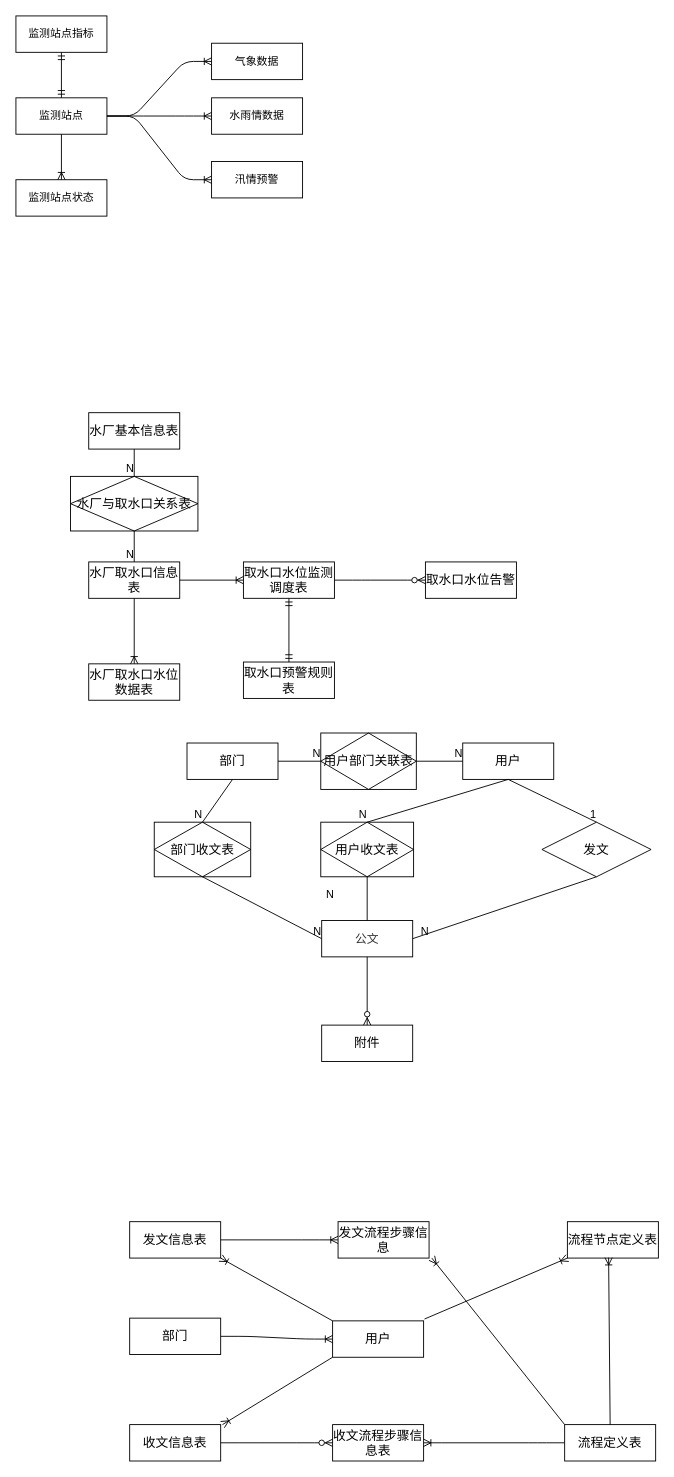
This is file/csfher.drawio from DORcode/admin-demo, a draw.io file, before an edit. Source tidied: cells renumbered, new cells numbered last; positions are measured from the earlier drawing's top-left corner, leaving out a move shared by most shapes. Both pictures are drawn from the tidied source at 91%, with x=0, y=0 at pixel (15, 15).
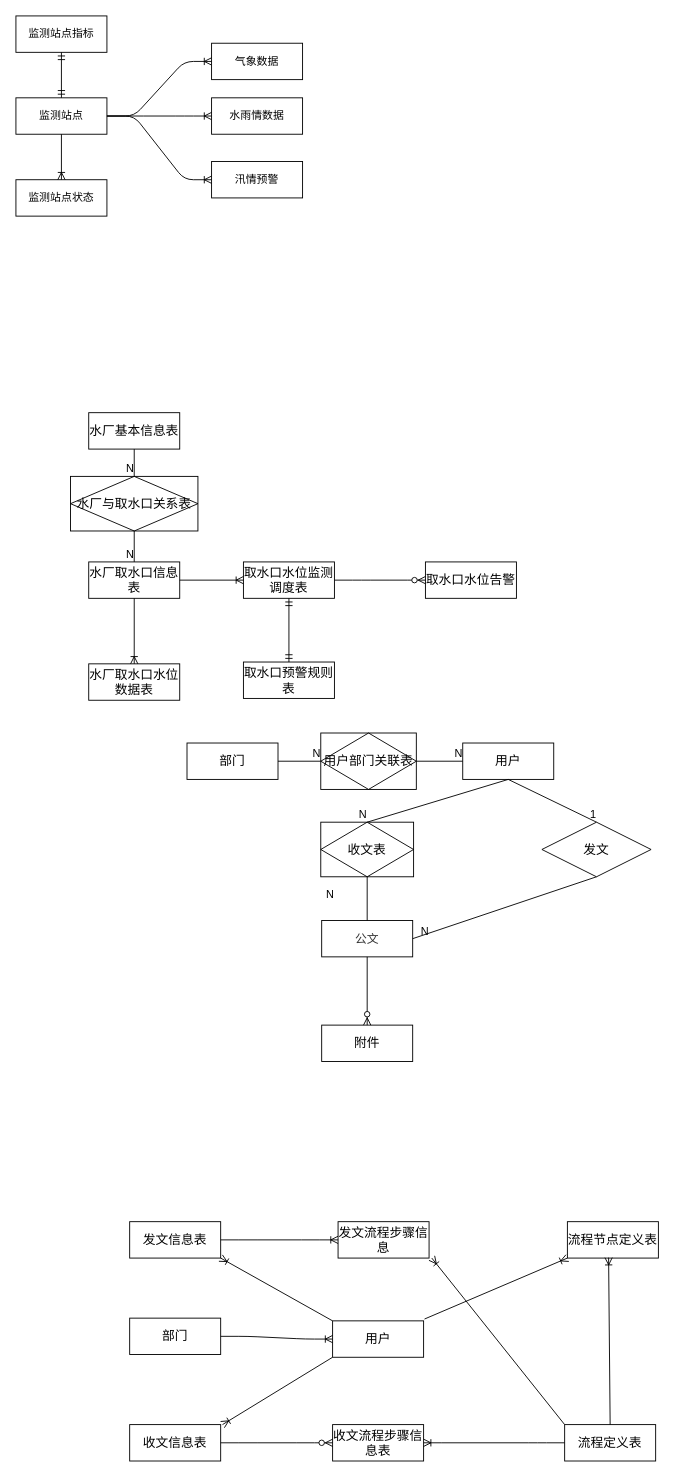
The same diagram, later.

The change refers to these unchanged cells:
```xml
<mxCell id="29" value="部门" style="whiteSpace=wrap;html=1;align=center;fontFamily=仿宋;fontSize=14;" parent="1" vertex="1">
  <mxGeometry x="188" y="799" width="100" height="40" as="geometry" />
</mxCell>
<mxCell id="35" value="&lt;font color=&quot;#333333&quot; face=&quot;arial, sans-serif&quot;&gt;&lt;span style=&quot;font-size: 13px&quot;&gt;公文&lt;/span&gt;&lt;/font&gt;" style="whiteSpace=wrap;html=1;align=center;fontFamily=仿宋;fontSize=14;" parent="1" vertex="1">
  <mxGeometry x="336" y="994" width="100" height="40" as="geometry" />
</mxCell>
```

The edit, as a diff of the source:
```diff
@@
-    <mxCell id="46" value="用户收文表" style="shape=associativeEntity;whiteSpace=wrap;html=1;align=center;fontFamily=仿宋;fontSize=14;" parent="1" vertex="1">
+    <mxCell id="46" value="收文表" style="shape=associativeEntity;whiteSpace=wrap;html=1;align=center;fontFamily=仿宋;fontSize=14;" parent="1" vertex="1">
       <mxGeometry x="335" y="886" width="102" height="60" as="geometry" />
     </mxCell>
-    <mxCell id="47" value="部门收文表" style="shape=associativeEntity;whiteSpace=wrap;html=1;align=center;fontFamily=仿宋;fontSize=14;" parent="1" vertex="1">
-      <mxGeometry x="152" y="886" width="106" height="60" as="geometry" />
-    </mxCell>
-    <mxCell id="48" style="endArrow=none;html=1;rounded=0;fontFamily=仿宋;fontSize=14;entryX=0.5;entryY=0;entryDx=0;entryDy=0;exitX=0.5;exitY=1;exitDx=0;exitDy=0;" parent="1" edge="1" source="29" target="47">
-      <mxGeometry relative="1" as="geometry" />
-    </mxCell>
-    <mxCell id="49" value="N" style="html=1;align=right;verticalAlign=bottom;" parent="48" vertex="1">
-      <mxGeometry x="1" relative="1" as="geometry" />
-    </mxCell>
-    <mxCell id="50" style="endArrow=none;html=1;rounded=0;fontFamily=仿宋;fontSize=14;entryX=0;entryY=0.5;entryDx=0;entryDy=0;exitX=0.5;exitY=1;exitDx=0;exitDy=0;" parent="1" edge="1" source="47" target="35">
-      <mxGeometry relative="1" as="geometry" />
-    </mxCell>
-    <mxCell id="51" value="N" style="html=1;align=right;verticalAlign=bottom;" parent="50" vertex="1">
-      <mxGeometry x="1" relative="1" as="geometry" />
-    </mxCell>
```
